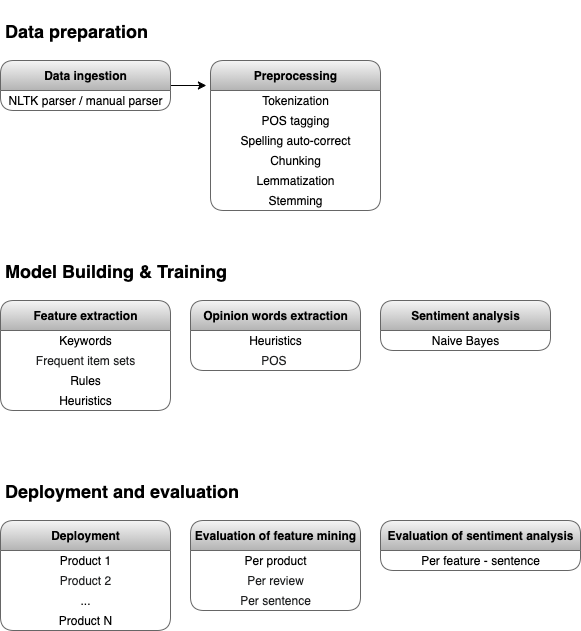
This is media/Pipeline.png from andrejlukic/nlp-opinion-mining, a draw.io export, as it was before one commit. Source tidied: cells renumbered, new cells last; positions are measured from the earlier drawing's top-left corner, leaving out a move shared by most shapes. Source of this version:
```xml
<mxGraphModel background="#ffffff">
  <root>
    <mxCell id="0" />
    <mxCell id="1" parent="0" />
    <mxCell id="2" style="edgeStyle=orthogonalEdgeStyle;rounded=0;jettySize=auto;html=1;exitX=1;exitY=0.5;exitDx=0;exitDy=0;entryX=-0.024;entryY=0.167;entryDx=0;entryDy=0;entryPerimeter=0;fontFamily=Helvetica;fontSize=12;" parent="1" edge="1" source="3" target="5">
      <mxGeometry relative="1" as="geometry" />
    </mxCell>
    <mxCell id="3" value="Data ingestion" style="swimlane;fontStyle=1;align=center;verticalAlign=middle;horizontal=1;startSize=30;html=1;rounded=1;gradientColor=#b3b3b3;fillColor=#f5f5f5;strokeColor=#666666;fontFamily=Helvetica;fontSize=12;" parent="1" vertex="1">
      <mxGeometry y="50" width="170" height="50" as="geometry" />
    </mxCell>
    <mxCell id="4" value="NLTK parser / manual parser" style="text;html=1;align=center;verticalAlign=middle;strokeColor=none;fontFamily=Helvetica;fontSize=12;" parent="3" vertex="1">
      <mxGeometry y="30" width="170" height="20" as="geometry" />
    </mxCell>
    <mxCell id="5" value="Preprocessing" style="swimlane;fontStyle=1;align=center;verticalAlign=middle;horizontal=1;startSize=30;html=1;rounded=1;gradientColor=#b3b3b3;fillColor=#f5f5f5;strokeColor=#666666;fontFamily=Helvetica;fontSize=12;" parent="1" vertex="1">
      <mxGeometry x="210" y="50" width="170" height="150" as="geometry" />
    </mxCell>
    <mxCell id="6" value="Tokenization" style="text;html=1;align=center;verticalAlign=middle;strokeColor=none;fontFamily=Helvetica;fontSize=12;" parent="5" vertex="1">
      <mxGeometry y="30" width="170" height="20" as="geometry" />
    </mxCell>
    <mxCell id="7" value="POS tagging" style="text;html=1;align=center;verticalAlign=middle;strokeColor=none;fontFamily=Helvetica;fontSize=12;" parent="5" vertex="1">
      <mxGeometry y="50" width="170" height="20" as="geometry" />
    </mxCell>
    <mxCell id="8" value="Spelling auto-correct" style="text;html=1;align=center;verticalAlign=middle;strokeColor=none;fontFamily=Helvetica;fontSize=12;" parent="5" vertex="1">
      <mxGeometry y="70" width="170" height="20" as="geometry" />
    </mxCell>
    <mxCell id="9" value="Chunking" style="text;html=1;align=center;verticalAlign=middle;strokeColor=none;fontFamily=Helvetica;fontSize=12;" parent="5" vertex="1">
      <mxGeometry y="90" width="170" height="20" as="geometry" />
    </mxCell>
    <mxCell id="10" value="Lemmatization" style="text;html=1;align=center;verticalAlign=middle;strokeColor=none;fontFamily=Helvetica;fontSize=12;" parent="5" vertex="1">
      <mxGeometry y="110" width="170" height="20" as="geometry" />
    </mxCell>
    <mxCell id="11" value="Stemming" style="text;html=1;align=center;verticalAlign=middle;strokeColor=none;fontFamily=Helvetica;fontSize=12;" parent="5" vertex="1">
      <mxGeometry y="130" width="170" height="20" as="geometry" />
    </mxCell>
    <mxCell id="12" value="Feature extraction" style="swimlane;fontStyle=1;align=center;verticalAlign=middle;horizontal=1;startSize=30;html=1;rounded=1;gradientColor=#b3b3b3;fillColor=#f5f5f5;strokeColor=#666666;fontFamily=Helvetica;fontSize=12;" parent="1" vertex="1">
      <mxGeometry y="290" width="170" height="110" as="geometry" />
    </mxCell>
    <mxCell id="13" value="Keywords" style="text;html=1;align=center;verticalAlign=middle;strokeColor=none;fontFamily=Helvetica;fontSize=12;" parent="12" vertex="1">
      <mxGeometry y="30" width="170" height="20" as="geometry" />
    </mxCell>
    <mxCell id="14" value="&lt;span style=&quot;color: rgb(32, 33, 34); font-size: 12px; background-color: rgb(255, 255, 255);&quot;&gt;Frequent item sets&lt;/span&gt;" style="text;html=1;align=center;verticalAlign=middle;strokeColor=none;fontFamily=Helvetica;fontSize=12;" parent="12" vertex="1">
      <mxGeometry y="50" width="170" height="20" as="geometry" />
    </mxCell>
    <mxCell id="15" value="Rules" style="text;html=1;align=center;verticalAlign=middle;strokeColor=none;fontFamily=Helvetica;fontSize=12;" parent="12" vertex="1">
      <mxGeometry y="70" width="170" height="20" as="geometry" />
    </mxCell>
    <mxCell id="16" value="Heuristics" style="text;html=1;align=center;verticalAlign=middle;strokeColor=none;fontFamily=Helvetica;fontSize=12;" parent="12" vertex="1">
      <mxGeometry y="90" width="170" height="20" as="geometry" />
    </mxCell>
    <mxCell id="17" value="Opinion words extraction" style="swimlane;fontStyle=1;align=center;verticalAlign=middle;horizontal=1;startSize=30;html=1;rounded=1;gradientColor=#b3b3b3;fillColor=#f5f5f5;strokeColor=#666666;fontFamily=Helvetica;fontSize=12;" parent="1" vertex="1">
      <mxGeometry x="190" y="290" width="170" height="70" as="geometry" />
    </mxCell>
    <mxCell id="18" value="Heuristics" style="text;html=1;align=center;verticalAlign=middle;strokeColor=none;fontFamily=Helvetica;fontSize=12;" parent="17" vertex="1">
      <mxGeometry y="30" width="170" height="20" as="geometry" />
    </mxCell>
    <mxCell id="19" value="&lt;span style=&quot;color: rgb(32 , 33 , 34) ; font-size: 12px ; background-color: rgb(255 , 255 , 255)&quot;&gt;POS&amp;nbsp;&lt;/span&gt;" style="text;html=1;align=center;verticalAlign=middle;strokeColor=none;fontFamily=Helvetica;fontSize=12;" parent="17" vertex="1">
      <mxGeometry y="50" width="170" height="20" as="geometry" />
    </mxCell>
    <mxCell id="20" value="Sentiment analysis" style="swimlane;fontStyle=1;align=center;verticalAlign=middle;horizontal=1;startSize=30;html=1;rounded=1;gradientColor=#b3b3b3;fillColor=#f5f5f5;strokeColor=#666666;fontFamily=Helvetica;fontSize=12;" parent="1" vertex="1">
      <mxGeometry x="380" y="290" width="170" height="50" as="geometry" />
    </mxCell>
    <mxCell id="21" value="Naive Bayes" style="text;html=1;align=center;verticalAlign=middle;strokeColor=none;fontFamily=Helvetica;fontSize=12;" parent="20" vertex="1">
      <mxGeometry y="30" width="170" height="20" as="geometry" />
    </mxCell>
    <mxCell id="22" value="Deployment" style="swimlane;fontStyle=1;align=center;verticalAlign=middle;horizontal=1;startSize=30;html=1;rounded=1;gradientColor=#b3b3b3;fillColor=#f5f5f5;strokeColor=#666666;fontFamily=Helvetica;fontSize=12;" parent="1" vertex="1">
      <mxGeometry y="510" width="170" height="110" as="geometry" />
    </mxCell>
    <mxCell id="23" value="Product 1" style="text;html=1;align=center;verticalAlign=middle;strokeColor=none;fontFamily=Helvetica;fontSize=12;" parent="22" vertex="1">
      <mxGeometry y="30" width="170" height="20" as="geometry" />
    </mxCell>
    <mxCell id="24" value="&lt;span style=&quot;color: rgb(32 , 33 , 34) ; font-size: 12px ; background-color: rgb(255 , 255 , 255)&quot;&gt;Product 2&lt;/span&gt;" style="text;html=1;align=center;verticalAlign=middle;strokeColor=none;fontFamily=Helvetica;fontSize=12;" parent="22" vertex="1">
      <mxGeometry y="50" width="170" height="20" as="geometry" />
    </mxCell>
    <mxCell id="25" value="..." style="text;html=1;align=center;verticalAlign=middle;strokeColor=none;fontFamily=Helvetica;fontSize=12;" parent="22" vertex="1">
      <mxGeometry y="70" width="170" height="20" as="geometry" />
    </mxCell>
    <mxCell id="26" value="Product N" style="text;html=1;align=center;verticalAlign=middle;strokeColor=none;fontFamily=Helvetica;fontSize=12;" parent="22" vertex="1">
      <mxGeometry y="90" width="170" height="20" as="geometry" />
    </mxCell>
    <mxCell id="27" value="Evaluation of feature mining" style="swimlane;fontStyle=1;align=center;verticalAlign=middle;horizontal=1;startSize=30;html=1;rounded=1;gradientColor=#b3b3b3;fillColor=#f5f5f5;strokeColor=#666666;fontFamily=Helvetica;fontSize=12;" parent="1" vertex="1">
      <mxGeometry x="190" y="510" width="170" height="90" as="geometry" />
    </mxCell>
    <mxCell id="28" value="Per product" style="text;html=1;align=center;verticalAlign=middle;strokeColor=none;fontFamily=Helvetica;fontSize=12;" parent="27" vertex="1">
      <mxGeometry y="30" width="170" height="20" as="geometry" />
    </mxCell>
    <mxCell id="29" value="&lt;span style=&quot;color: rgb(32 , 33 , 34) ; font-size: 12px ; background-color: rgb(255 , 255 , 255)&quot;&gt;Per review&lt;/span&gt;" style="text;html=1;align=center;verticalAlign=middle;strokeColor=none;fontFamily=Helvetica;fontSize=12;" parent="27" vertex="1">
      <mxGeometry y="50" width="170" height="20" as="geometry" />
    </mxCell>
    <mxCell id="30" value="&lt;span style=&quot;color: rgb(32 , 33 , 34) ; font-size: 12px ; background-color: rgb(255 , 255 , 255)&quot;&gt;Per sentence&lt;/span&gt;" style="text;html=1;align=center;verticalAlign=middle;strokeColor=none;fontFamily=Helvetica;fontSize=12;" parent="27" vertex="1">
      <mxGeometry y="70" width="170" height="20" as="geometry" />
    </mxCell>
    <mxCell id="31" value="Evaluation of sentiment analysis" style="swimlane;fontStyle=1;align=center;verticalAlign=middle;horizontal=1;startSize=30;html=1;rounded=1;gradientColor=#b3b3b3;fillColor=#f5f5f5;strokeColor=#666666;fontFamily=Helvetica;fontSize=12;" parent="1" vertex="1">
      <mxGeometry x="380" y="510" width="200" height="50" as="geometry" />
    </mxCell>
    <mxCell id="32" value="Per feature - sentence" style="text;html=1;align=center;verticalAlign=middle;strokeColor=none;fontFamily=Helvetica;fontSize=12;" parent="31" vertex="1">
      <mxGeometry y="30" width="200" height="20" as="geometry" />
    </mxCell>
    <mxCell id="33" value="&lt;h1&gt;&lt;font style=&quot;font-size: 18px&quot;&gt;Data preparation&lt;/font&gt;&lt;/h1&gt;" style="text;html=1;strokeColor=none;fillColor=none;spacing=5;spacingTop=-20;whiteSpace=wrap;overflow=hidden;rounded=0;fontFamily=Helvetica;fontSize=12;" parent="1" vertex="1">
      <mxGeometry width="220" height="120" as="geometry" />
    </mxCell>
    <mxCell id="34" value="&lt;h1&gt;&lt;font style=&quot;font-size: 18px&quot;&gt;Model Building &amp;amp; Training&lt;/font&gt;&lt;/h1&gt;" style="text;html=1;strokeColor=none;fillColor=none;spacing=5;spacingTop=-20;whiteSpace=wrap;overflow=hidden;rounded=0;fontFamily=Helvetica;fontSize=12;" parent="1" vertex="1">
      <mxGeometry y="240" width="300" height="120" as="geometry" />
    </mxCell>
    <mxCell id="35" value="&lt;h1&gt;&lt;font style=&quot;font-size: 18px&quot;&gt;Deployment and evaluation&lt;/font&gt;&lt;/h1&gt;" style="text;html=1;strokeColor=none;fillColor=none;spacing=5;spacingTop=-20;whiteSpace=wrap;overflow=hidden;rounded=0;fontFamily=Helvetica;fontSize=12;" parent="1" vertex="1">
      <mxGeometry y="460" width="300" height="90" as="geometry" />
    </mxCell>
  </root>
</mxGraphModel>
```
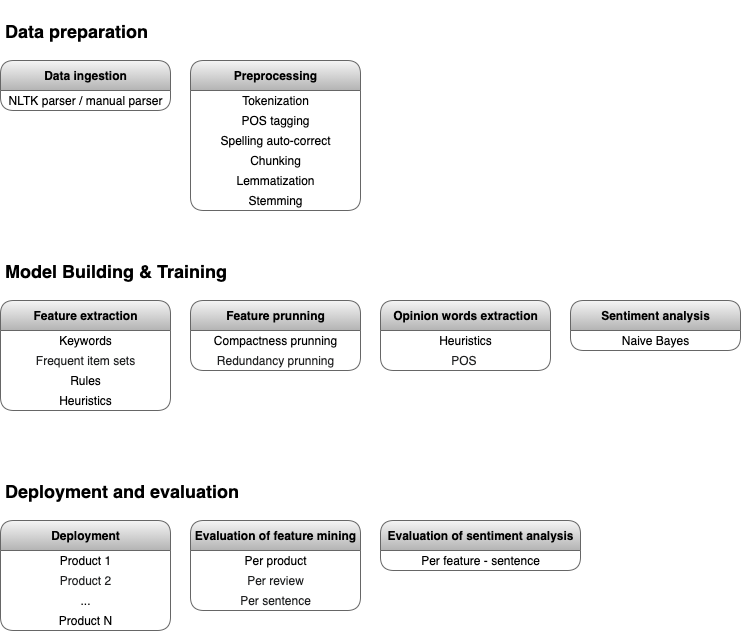
Later version of the same file.

Diff of the diagram source:
```diff
@@ -2,9 +2,6 @@
   <root>
     <mxCell id="0" />
     <mxCell id="1" parent="0" />
-    <mxCell id="2" style="edgeStyle=orthogonalEdgeStyle;rounded=0;jettySize=auto;html=1;exitX=1;exitY=0.5;exitDx=0;exitDy=0;entryX=-0.024;entryY=0.167;entryDx=0;entryDy=0;entryPerimeter=0;fontFamily=Helvetica;fontSize=12;" parent="1" edge="1" source="3" target="5">
-      <mxGeometry relative="1" as="geometry" />
-    </mxCell>
     <mxCell id="3" value="Data ingestion" style="swimlane;fontStyle=1;align=center;verticalAlign=middle;horizontal=1;startSize=30;html=1;rounded=1;gradientColor=#b3b3b3;fillColor=#f5f5f5;strokeColor=#666666;fontFamily=Helvetica;fontSize=12;" parent="1" vertex="1">
       <mxGeometry y="50" width="170" height="50" as="geometry" />
     </mxCell>
@@ -12,7 +9,7 @@
       <mxGeometry y="30" width="170" height="20" as="geometry" />
     </mxCell>
     <mxCell id="5" value="Preprocessing" style="swimlane;fontStyle=1;align=center;verticalAlign=middle;horizontal=1;startSize=30;html=1;rounded=1;gradientColor=#b3b3b3;fillColor=#f5f5f5;strokeColor=#666666;fontFamily=Helvetica;fontSize=12;" parent="1" vertex="1">
-      <mxGeometry x="210" y="50" width="170" height="150" as="geometry" />
+      <mxGeometry x="190" y="50" width="170" height="150" as="geometry" />
     </mxCell>
     <mxCell id="6" value="Tokenization" style="text;html=1;align=center;verticalAlign=middle;strokeColor=none;fontFamily=Helvetica;fontSize=12;" parent="5" vertex="1">
       <mxGeometry y="30" width="170" height="20" as="geometry" />
@@ -48,7 +45,7 @@
       <mxGeometry y="90" width="170" height="20" as="geometry" />
     </mxCell>
     <mxCell id="17" value="Opinion words extraction" style="swimlane;fontStyle=1;align=center;verticalAlign=middle;horizontal=1;startSize=30;html=1;rounded=1;gradientColor=#b3b3b3;fillColor=#f5f5f5;strokeColor=#666666;fontFamily=Helvetica;fontSize=12;" parent="1" vertex="1">
-      <mxGeometry x="190" y="290" width="170" height="70" as="geometry" />
+      <mxGeometry x="380" y="290" width="170" height="70" as="geometry" />
     </mxCell>
     <mxCell id="18" value="Heuristics" style="text;html=1;align=center;verticalAlign=middle;strokeColor=none;fontFamily=Helvetica;fontSize=12;" parent="17" vertex="1">
       <mxGeometry y="30" width="170" height="20" as="geometry" />
@@ -57,7 +54,7 @@
       <mxGeometry y="50" width="170" height="20" as="geometry" />
     </mxCell>
     <mxCell id="20" value="Sentiment analysis" style="swimlane;fontStyle=1;align=center;verticalAlign=middle;horizontal=1;startSize=30;html=1;rounded=1;gradientColor=#b3b3b3;fillColor=#f5f5f5;strokeColor=#666666;fontFamily=Helvetica;fontSize=12;" parent="1" vertex="1">
-      <mxGeometry x="380" y="290" width="170" height="50" as="geometry" />
+      <mxGeometry x="570" y="290" width="170" height="50" as="geometry" />
     </mxCell>
     <mxCell id="21" value="Naive Bayes" style="text;html=1;align=center;verticalAlign=middle;strokeColor=none;fontFamily=Helvetica;fontSize=12;" parent="20" vertex="1">
       <mxGeometry y="30" width="170" height="20" as="geometry" />
@@ -96,13 +93,22 @@
       <mxGeometry y="30" width="200" height="20" as="geometry" />
     </mxCell>
     <mxCell id="33" value="&lt;h1&gt;&lt;font style=&quot;font-size: 18px&quot;&gt;Data preparation&lt;/font&gt;&lt;/h1&gt;" style="text;html=1;strokeColor=none;fillColor=none;spacing=5;spacingTop=-20;whiteSpace=wrap;overflow=hidden;rounded=0;fontFamily=Helvetica;fontSize=12;" parent="1" vertex="1">
-      <mxGeometry width="220" height="120" as="geometry" />
+      <mxGeometry width="220" height="40" as="geometry" />
     </mxCell>
     <mxCell id="34" value="&lt;h1&gt;&lt;font style=&quot;font-size: 18px&quot;&gt;Model Building &amp;amp; Training&lt;/font&gt;&lt;/h1&gt;" style="text;html=1;strokeColor=none;fillColor=none;spacing=5;spacingTop=-20;whiteSpace=wrap;overflow=hidden;rounded=0;fontFamily=Helvetica;fontSize=12;" parent="1" vertex="1">
-      <mxGeometry y="240" width="300" height="120" as="geometry" />
+      <mxGeometry y="240" width="240" height="40" as="geometry" />
     </mxCell>
     <mxCell id="35" value="&lt;h1&gt;&lt;font style=&quot;font-size: 18px&quot;&gt;Deployment and evaluation&lt;/font&gt;&lt;/h1&gt;" style="text;html=1;strokeColor=none;fillColor=none;spacing=5;spacingTop=-20;whiteSpace=wrap;overflow=hidden;rounded=0;fontFamily=Helvetica;fontSize=12;" parent="1" vertex="1">
       <mxGeometry y="460" width="300" height="90" as="geometry" />
     </mxCell>
+    <mxCell id="36" value="Feature prunning" style="swimlane;fontStyle=1;align=center;verticalAlign=middle;horizontal=1;startSize=30;html=1;rounded=1;gradientColor=#b3b3b3;fillColor=#f5f5f5;strokeColor=#666666;fontFamily=Helvetica;fontSize=12;" parent="1" vertex="1">
+      <mxGeometry x="190" y="290" width="170" height="70" as="geometry" />
+    </mxCell>
+    <mxCell id="37" value="Compactness prunning" style="text;html=1;align=center;verticalAlign=middle;strokeColor=none;fontFamily=Helvetica;fontSize=12;" parent="36" vertex="1">
+      <mxGeometry y="30" width="170" height="20" as="geometry" />
+    </mxCell>
+    <mxCell id="38" value="&lt;span style=&quot;color: rgb(32 , 33 , 34) ; font-size: 12px ; background-color: rgb(255 , 255 , 255)&quot;&gt;Redundancy prunning&lt;/span&gt;" style="text;html=1;align=center;verticalAlign=middle;strokeColor=none;fontFamily=Helvetica;fontSize=12;" parent="36" vertex="1">
+      <mxGeometry y="50" width="170" height="20" as="geometry" />
+    </mxCell>
   </root>
 </mxGraphModel>
```
